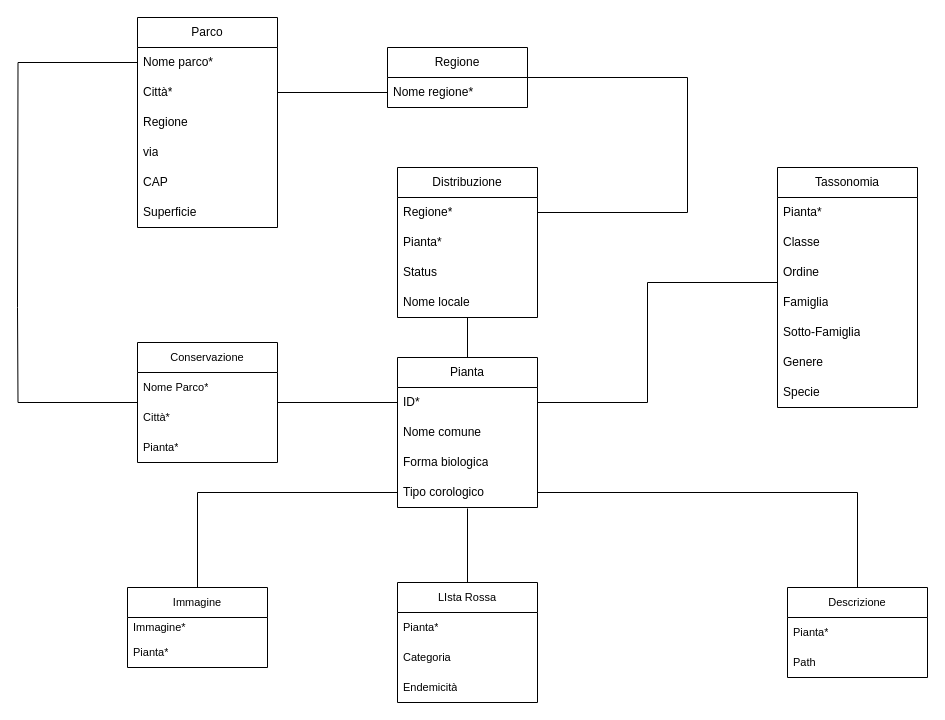
samueleserri/databasefloraitaliana keeps this draw.io diagram as SCHEMA_LOGICO_V2.0.drawio. Above is the earlier version. Source tidied: cells renumbered, new cells numbered last; positions are measured from the earlier drawing's top-left corner, leaving out a move shared by most shapes. Both pictures are drawn from the tidied source at 100%, with x=0, y=0 at pixel (17, 17).
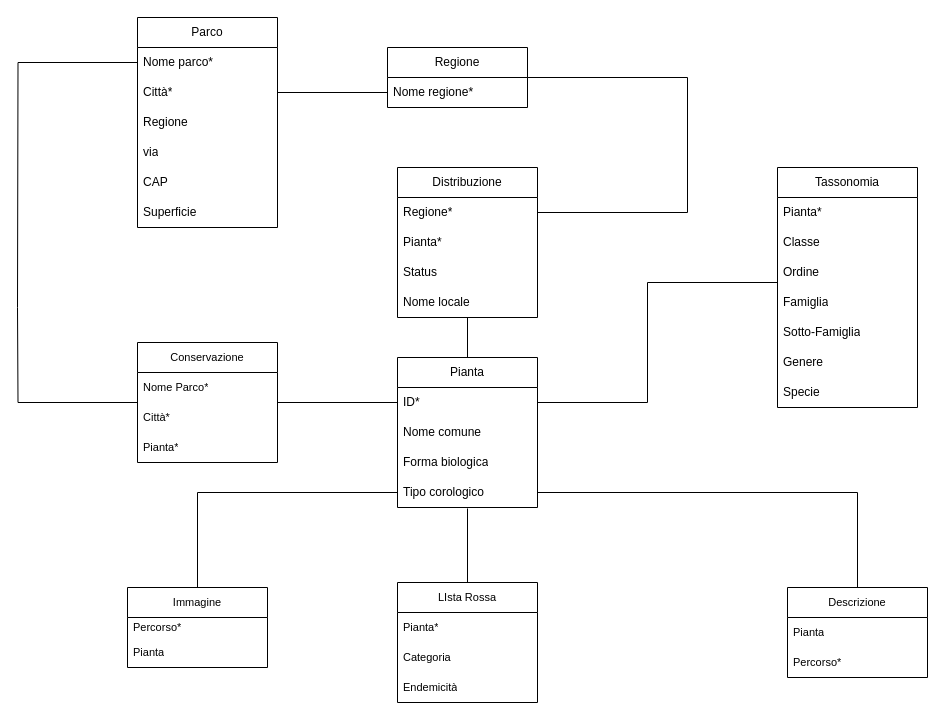
Above is the later version.

Unchanged cells that the change refers to:
```xml
<mxCell id="39" value="Immagine" style="swimlane;fontStyle=0;horizontal=1;startSize=30;whiteSpace=wrap;html=1;fontFamily=Helvetica;fontSize=11;fontColor=default;labelBackgroundColor=default;" parent="1" vertex="1">
  <mxGeometry x="110" y="570" width="140" height="80" as="geometry" />
</mxCell>
<mxCell id="43" value="Descrizione" style="swimlane;fontStyle=0;horizontal=1;startSize=30;whiteSpace=wrap;html=1;fontFamily=Helvetica;fontSize=11;fontColor=default;labelBackgroundColor=default;" parent="1" vertex="1">
  <mxGeometry x="770" y="570" width="140" height="90" as="geometry" />
</mxCell>
```

The edit, as a diff of the source:
```diff
@@
-    <mxCell id="40" value="Immagine*" style="text;strokeColor=none;fillColor=none;align=left;verticalAlign=middle;spacingLeft=4;spacingRight=4;overflow=hidden;whiteSpace=wrap;html=1;fontFamily=Helvetica;fontSize=11;fontColor=default;labelBackgroundColor=default;" parent="39" vertex="1">
+    <mxCell id="40" value="Percorso*" style="text;strokeColor=none;fillColor=none;align=left;verticalAlign=middle;spacingLeft=4;spacingRight=4;overflow=hidden;whiteSpace=wrap;html=1;fontFamily=Helvetica;fontSize=11;fontColor=default;labelBackgroundColor=default;" parent="39" vertex="1">
       <mxGeometry y="30" width="140" height="20" as="geometry" />
     </mxCell>
-    <mxCell id="41" value="Pianta*" style="text;strokeColor=none;fillColor=none;align=left;verticalAlign=middle;spacingLeft=4;spacingRight=4;overflow=hidden;whiteSpace=wrap;html=1;fontFamily=Helvetica;fontSize=11;fontColor=default;labelBackgroundColor=default;" parent="39" vertex="1">
+    <mxCell id="41" value="Pianta" style="text;strokeColor=none;fillColor=none;align=left;verticalAlign=middle;spacingLeft=4;spacingRight=4;overflow=hidden;whiteSpace=wrap;html=1;fontFamily=Helvetica;fontSize=11;fontColor=default;labelBackgroundColor=default;" parent="39" vertex="1">
       <mxGeometry y="50" width="140" height="30" as="geometry" />
     </mxCell>
@@
-    <mxCell id="44" value="Pianta*" style="text;strokeColor=none;fillColor=none;align=left;verticalAlign=middle;spacingLeft=4;spacingRight=4;overflow=hidden;whiteSpace=wrap;html=1;fontFamily=Helvetica;fontSize=11;fontColor=default;labelBackgroundColor=default;" parent="43" vertex="1">
+    <mxCell id="44" value="Pianta" style="text;strokeColor=none;fillColor=none;align=left;verticalAlign=middle;spacingLeft=4;spacingRight=4;overflow=hidden;whiteSpace=wrap;html=1;fontFamily=Helvetica;fontSize=11;fontColor=default;labelBackgroundColor=default;" parent="43" vertex="1">
       <mxGeometry y="30" width="140" height="30" as="geometry" />
     </mxCell>
-    <mxCell id="45" value="Path" style="text;strokeColor=none;fillColor=none;align=left;verticalAlign=middle;spacingLeft=4;spacingRight=4;overflow=hidden;whiteSpace=wrap;html=1;fontFamily=Helvetica;fontSize=11;fontColor=default;labelBackgroundColor=default;" parent="43" vertex="1">
+    <mxCell id="45" value="Percorso*" style="text;strokeColor=none;fillColor=none;align=left;verticalAlign=middle;spacingLeft=4;spacingRight=4;overflow=hidden;whiteSpace=wrap;html=1;fontFamily=Helvetica;fontSize=11;fontColor=default;labelBackgroundColor=default;" parent="43" vertex="1">
       <mxGeometry y="60" width="140" height="30" as="geometry" />
     </mxCell>
```
